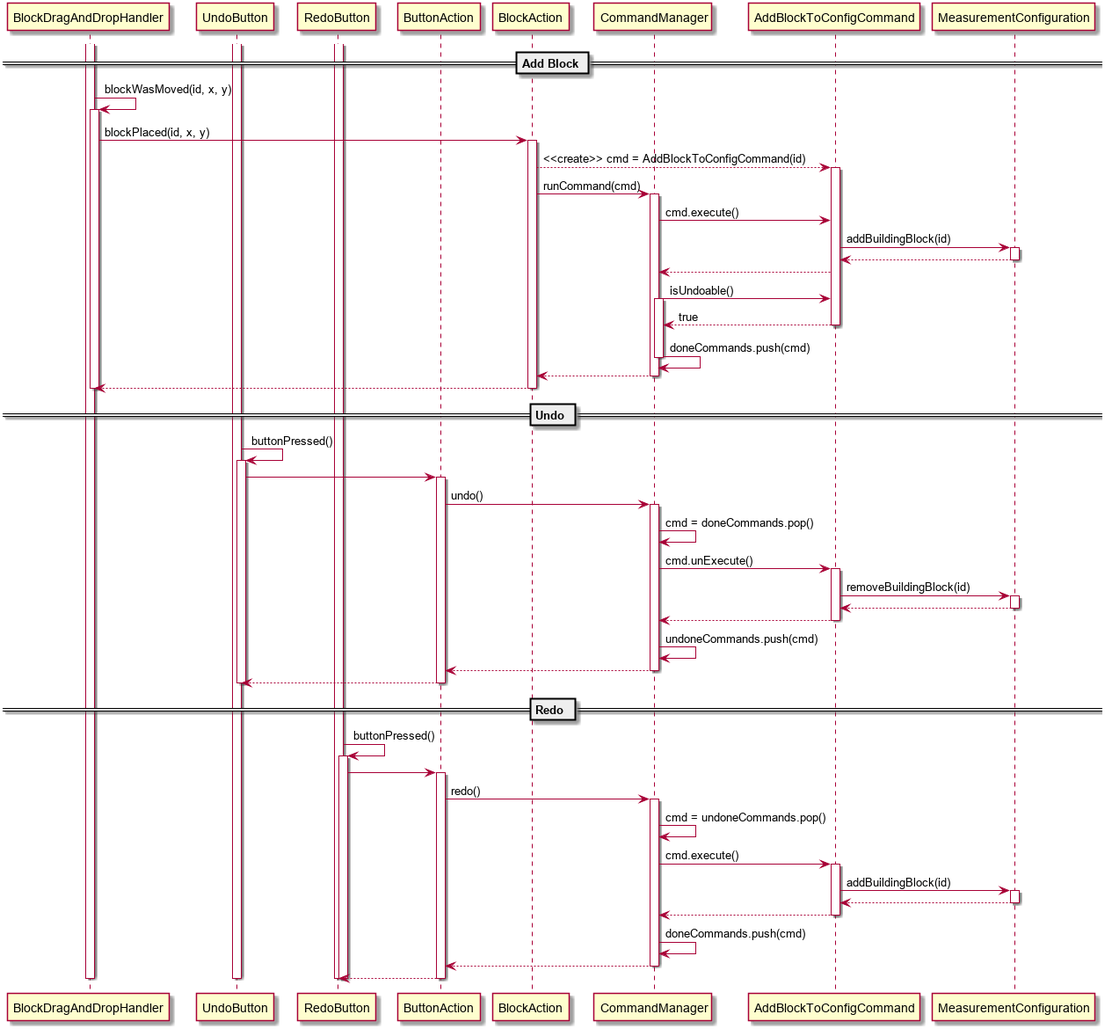
Above: 2-Entwurf/1-Phasenartefakt/Entwurfsdokumentation/Grafiken/AddBlockSequence.png in osl2/DAQ-Documents (PlantUML), before the change.
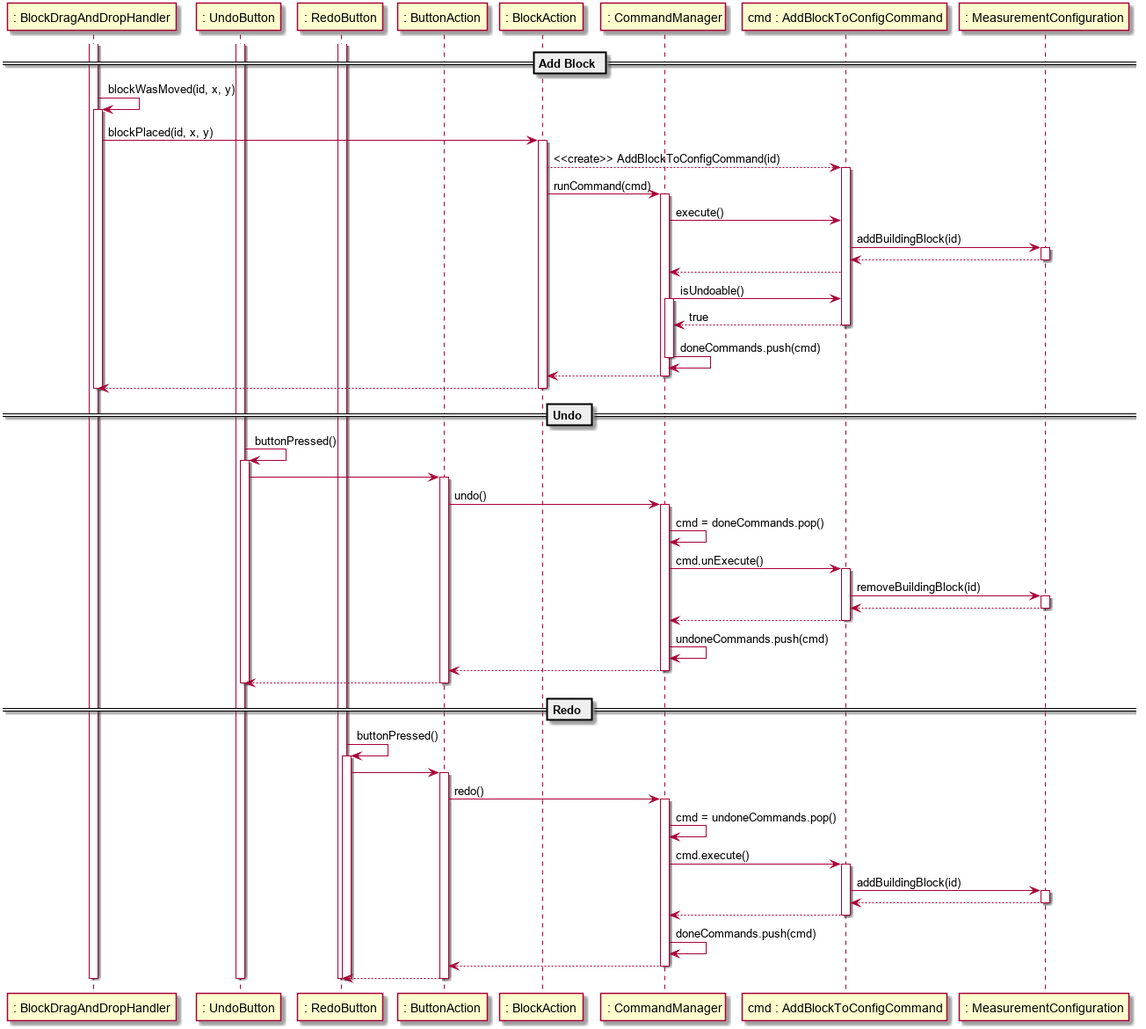
Later version of the same file.

Commit message:
sequenzdiagram korrigiert

What changed in the source:
```diff
@@ -1,13 +1,13 @@
 @startuml
 
-participant BlockDragAndDropHandler
-participant UndoButton
-participant RedoButton
-participant ButtonAction
-participant BlockAction
-participant CommandManager
-participant AddBlockToConfigCommand
-participant MeasurementConfiguration
+participant ": BlockDragAndDropHandler" as BlockDragAndDropHandler
+participant ": UndoButton" as UndoButton
+participant ": RedoButton" as RedoButton
+participant ": ButtonAction" as ButtonAction
+participant ": BlockAction" as BlockAction
+participant ": CommandManager" as CommandManager
+participant "cmd : AddBlockToConfigCommand" as AddBlockToConfigCommand
+participant ": MeasurementConfiguration" as MeasurementConfiguration
 
 activate BlockDragAndDropHandler
 activate UndoButton
@@ -19,11 +19,11 @@
 activate BlockDragAndDropHandler
 BlockDragAndDropHandler -> BlockAction : blockPlaced(id, x, y)
 activate BlockAction
-BlockAction --> AddBlockToConfigCommand : <<create>> cmd = AddBlockToConfigCommand(id)
+BlockAction --> AddBlockToConfigCommand : <<create>> AddBlockToConfigCommand(id)
 activate AddBlockToConfigCommand
 BlockAction -> CommandManager : runCommand(cmd)
 activate CommandManager
-CommandManager -> AddBlockToConfigCommand : cmd.execute()
+CommandManager -> AddBlockToConfigCommand : execute()
 AddBlockToConfigCommand -> MeasurementConfiguration : addBuildingBlock(id)
 activate MeasurementConfiguration
 
```
